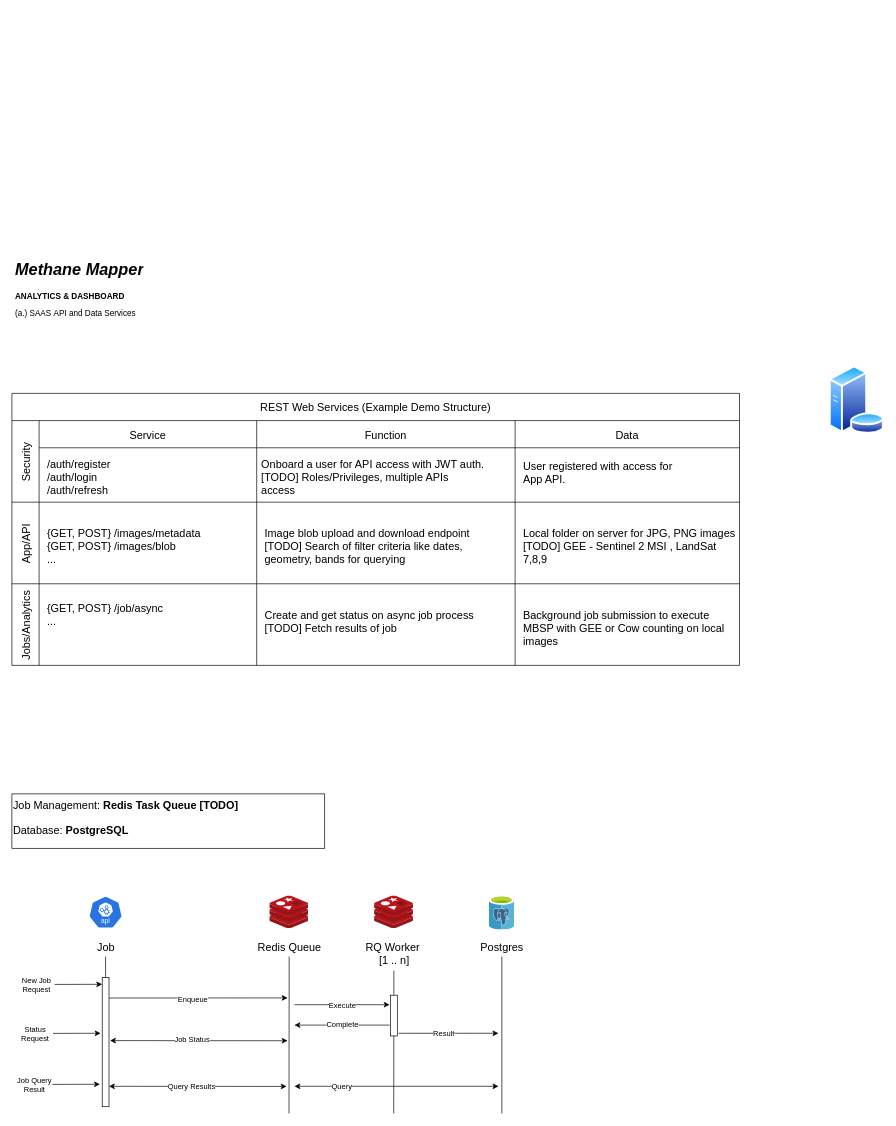
Before: API-Design.drawio in karmarv/restx-swag, a draw.io diagram. Source tidied: cells renumbered, new cells numbered last; positions are measured from the earlier drawing's top-left corner, leaving out a move shared by most shapes. Both pictures are drawn from the tidied source at 68%, with x=0, y=0 at pixel (12, 256).
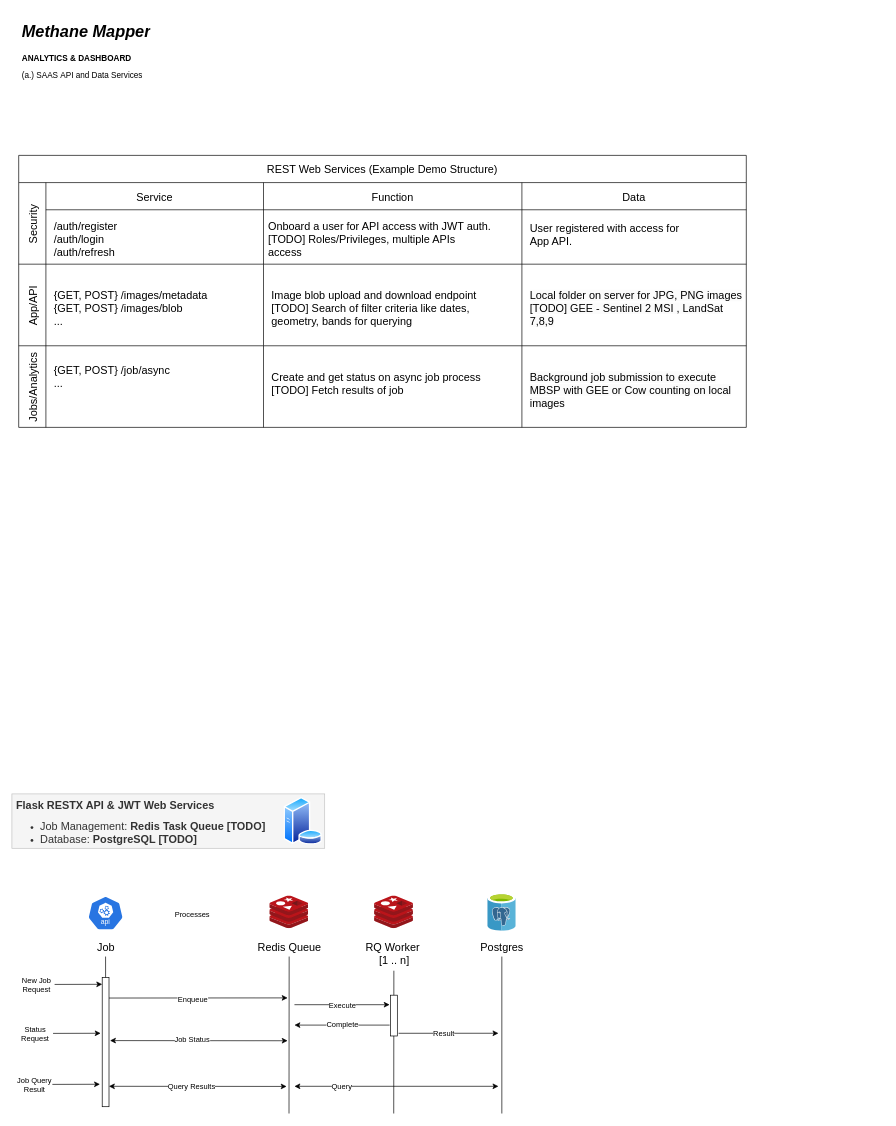
The same page after the edit.

What changed in the source:
```diff
@@
+    <mxCell id="26" value="&lt;div&gt;&lt;span style=&quot;font-size: 16px;&quot;&gt;&lt;b&gt;&amp;nbsp;Flask RESTX API &amp;amp; JWT Web Services&lt;/b&gt;&lt;/span&gt;&lt;/div&gt;&lt;ul&gt;&lt;li&gt;&lt;span style=&quot;font-size: 16px;&quot;&gt;Job Management:&amp;nbsp;&lt;/span&gt;&lt;b style=&quot;font-size: 16px;&quot;&gt;Redis Task Queue [TODO]&lt;/b&gt;&lt;/li&gt;&lt;li&gt;&lt;span style=&quot;font-size: 16px;&quot;&gt;Database: &lt;b&gt;PostgreSQL [TODO]&lt;/b&gt;&lt;/span&gt;&lt;/li&gt;&lt;/ul&gt;" style="text;whiteSpace=wrap;html=1;strokeWidth=1;fillColor=#f5f5f5;fontColor=#333333;strokeColor=#c2c2c2;" parent="1" vertex="1">
+      <mxGeometry y="790" width="460" height="80" as="geometry" />
+    </mxCell>
     <mxCell id="2" value="REST Web Services (Example Demo Structure)" style="shape=table;childLayout=tableLayout;startSize=40;fontSize=16;" parent="1" vertex="1">
-      <mxGeometry y="201" width="1070" height="400" as="geometry" />
+      <mxGeometry x="10" y="-149" width="1070" height="400" as="geometry" />
     </mxCell>
@@
     <mxCell id="24" value="&lt;h1&gt;&lt;i&gt;Methane Mapper&lt;/i&gt;&lt;/h1&gt;&lt;b&gt;ANALYTICS &amp;amp; DASHBOARD&lt;/b&gt;&lt;br&gt;&lt;p&gt;(a.) SAAS&lt;span style=&quot;background-color: initial;&quot;&gt;&amp;nbsp;API and Data Services&lt;/span&gt;&lt;/p&gt;" style="text;html=1;spacing=5;spacingTop=-20;whiteSpace=wrap;overflow=hidden;rounded=0;" parent="1" vertex="1">
-      <mxGeometry width="350" height="100" as="geometry" />
+      <mxGeometry x="10" y="-350" width="350" height="100" as="geometry" />
     </mxCell>
     <mxCell id="25" style="image;perimeter=ellipsePerimeter;html=1;align=center;shadow=0;dashed=0;spacingTop=3;image=img/lib/active_directory/database_server.svg;" parent="1" vertex="1">
-      <mxGeometry x="1201.8" y="160" width="81" height="100.8" as="geometry" />
+      <mxGeometry x="400" y="795" width="56.3" height="70" as="geometry" />
     </mxCell>
-    <mxCell id="26" value="&lt;span style=&quot;font-size: 16px;&quot;&gt;Job Management:&amp;nbsp;&lt;/span&gt;&lt;b style=&quot;font-size: 16px;&quot;&gt;Redis Task Queue [TODO]&lt;/b&gt;&lt;span style=&quot;font-size: 16px;&quot;&gt;&lt;br&gt;&lt;br&gt;Database: &lt;b&gt;PostgreSQL&lt;/b&gt;&lt;br&gt;&lt;/span&gt;" style="text;whiteSpace=wrap;html=1;fillColor=none;strokeColor=default;" parent="1" vertex="1">
-      <mxGeometry y="790" width="460" height="80" as="geometry" />
-    </mxCell>
@@
     <mxCell id="28" style="image;sketch=0;html=1;align=center;fontSize=12;image=img/lib/mscae/Azure_Database_for_PostgreSQL_servers.svg;" parent="1" vertex="1">
-      <mxGeometry x="701.5" y="940" width="38" height="50" as="geometry" />
+      <mxGeometry x="699.5" y="936.4" width="42" height="55.3" as="geometry" />
     </mxCell>
@@
     <mxCell id="35" style="sketch=0;html=1;dashed=0;whitespace=wrap;verticalLabelPosition=bottom;verticalAlign=top;fillColor=#2875E2;strokeColor=#ffffff;shape=mxgraph.kubernetes.icon2;kubernetesLabel=1;prIcon=api;" parent="1" vertex="1">
-      <mxGeometry x="112.8" y="940" width="50" height="48" as="geometry" />
+      <mxGeometry x="111.4" y="940" width="52.8" height="50.6" as="geometry" />
     </mxCell>
@@
+    <mxCell id="61" value="Processes" style="edgeLabel;html=1;align=center;verticalAlign=middle;" parent="1" vertex="1">
+      <mxGeometry x="270" y="970" as="geometry">
+        <mxPoint x="-6" y="-4" as="offset" />
+      </mxGeometry>
+    </mxCell>
```
